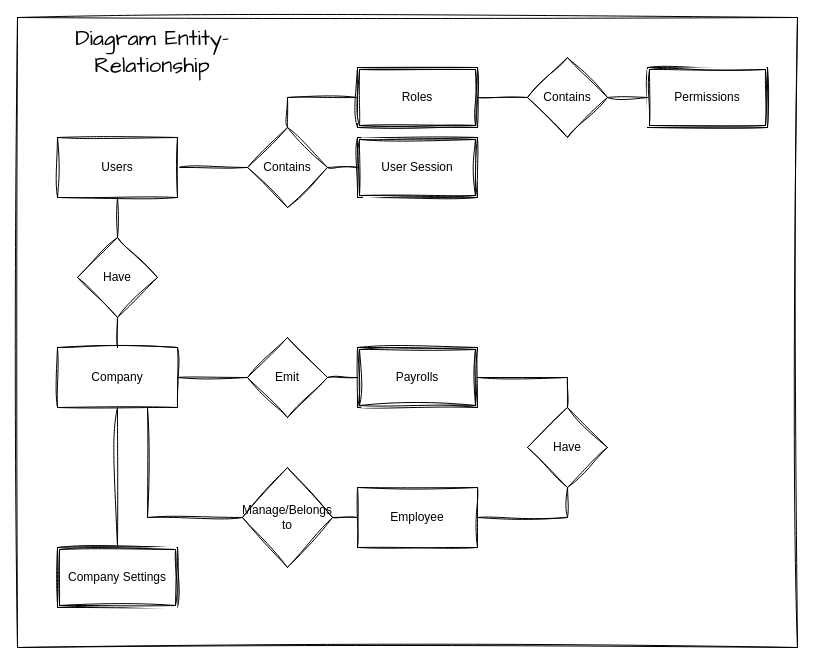
Above: apps/docs/DER-Gestor.drawio in giuliosa/gestor-app (draw.io), before the change. Source tidied: cells renumbered, new cells numbered last; positions are measured from the earlier drawing's top-left corner, leaving out a move shared by most shapes. Both pictures are drawn from the tidied source at 100%, with x=0, y=0 at pixel (17, 17).
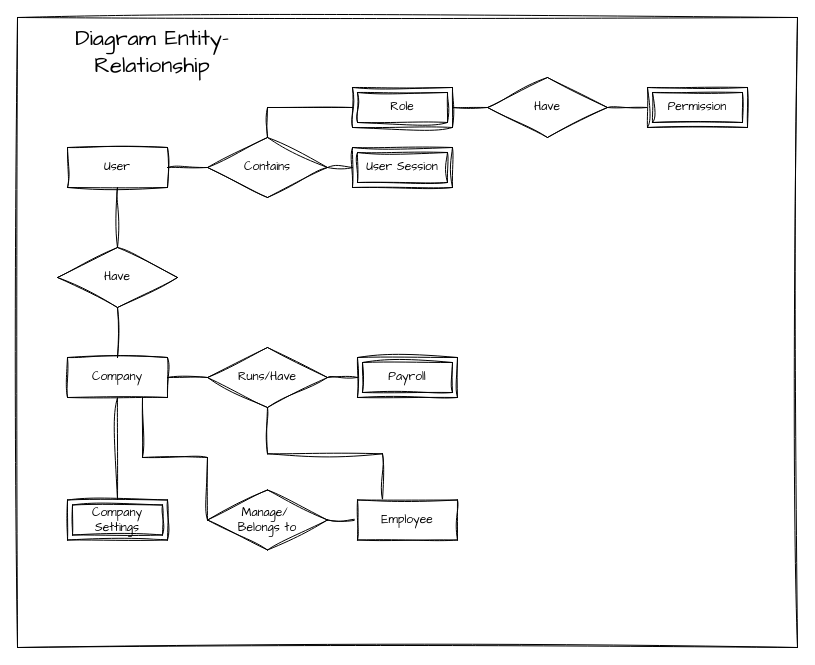
After the change.

Change to the diagram source:
```diff
@@
-    <mxCell id="3" style="edgeStyle=orthogonalEdgeStyle;rounded=0;jettySize=auto;html=1;exitX=0.5;exitY=0;exitDx=0;exitDy=0;entryX=0.5;entryY=1;entryDx=0;entryDy=0;sketch=1;curveFitting=1;jiggle=2;endArrow=none;startFill=0;" parent="1" edge="1" source="7" target="19">
-      <mxGeometry relative="1" as="geometry" />
-    </mxCell>
-    <mxCell id="4" style="edgeStyle=orthogonalEdgeStyle;rounded=0;jettySize=auto;html=1;exitX=1;exitY=0.5;exitDx=0;exitDy=0;entryX=0;entryY=0.5;entryDx=0;entryDy=0;sketch=1;curveFitting=1;jiggle=2;endArrow=none;startFill=0;" parent="1" edge="1" source="7" target="21">
-      <mxGeometry relative="1" as="geometry" />
-    </mxCell>
+    <mxCell id="31" value="&lt;font style=&quot;font-size: 22px;&quot;&gt;Diagram Entity-Relationship&lt;/font&gt;" style="text;html=1;align=center;verticalAlign=middle;whiteSpace=wrap;rounded=0;fontFamily=Architects Daughter;" parent="1" vertex="1">
+      <mxGeometry x="20" y="20" width="230" height="30" as="geometry" />
+    </mxCell>
+    <mxCell id="11" value="User Session" style="shape=ext;margin=3;double=1;whiteSpace=wrap;html=1;align=center;sketch=1;hachureGap=4;jiggle=2;curveFitting=1;fontFamily=Architects Daughter;" parent="1" vertex="1">
+      <mxGeometry x="335" y="130" width="100" height="40" as="geometry" />
+    </mxCell>
+    <mxCell id="32" style="edgeStyle=orthogonalEdgeStyle;rounded=0;sketch=1;hachureGap=4;jiggle=2;curveFitting=1;jettySize=auto;html=1;exitX=1;exitY=0.5;exitDx=0;exitDy=0;entryX=0;entryY=0.5;entryDx=0;entryDy=0;fontFamily=Architects Daughter;endArrow=none;startFill=0;" parent="1" edge="1" source="33" target="41">
+      <mxGeometry relative="1" as="geometry" />
+    </mxCell>
+    <mxCell id="33" value="&lt;div&gt;Role&lt;/div&gt;" style="shape=ext;margin=3;double=1;whiteSpace=wrap;html=1;align=center;sketch=1;hachureGap=4;jiggle=2;curveFitting=1;fontFamily=Architects Daughter;" parent="1" vertex="1">
+      <mxGeometry x="335" y="70" width="100" height="40" as="geometry" />
+    </mxCell>
+    <mxCell id="34" style="edgeStyle=orthogonalEdgeStyle;rounded=0;sketch=1;hachureGap=4;jiggle=2;curveFitting=1;jettySize=auto;html=1;exitX=1;exitY=0.5;exitDx=0;exitDy=0;entryX=0;entryY=0.5;entryDx=0;entryDy=0;fontFamily=Architects Daughter;endArrow=none;startFill=0;" parent="1" edge="1" source="36" target="11">
+      <mxGeometry relative="1" as="geometry" />
+    </mxCell>
+    <mxCell id="35" style="edgeStyle=orthogonalEdgeStyle;rounded=0;sketch=1;hachureGap=4;jiggle=2;curveFitting=1;jettySize=auto;html=1;exitX=0.5;exitY=0;exitDx=0;exitDy=0;entryX=0;entryY=0.5;entryDx=0;entryDy=0;fontFamily=Architects Daughter;endArrow=none;startFill=0;" parent="1" edge="1" source="36" target="33">
+      <mxGeometry relative="1" as="geometry" />
+    </mxCell>
+    <mxCell id="36" value="Contains" style="shape=rhombus;perimeter=rhombusPerimeter;whiteSpace=wrap;html=1;align=center;sketch=1;hachureGap=4;jiggle=2;curveFitting=1;fontFamily=Architects Daughter;" parent="1" vertex="1">
+      <mxGeometry x="190" y="120" width="120" height="60" as="geometry" />
+    </mxCell>
+    <mxCell id="37" style="edgeStyle=orthogonalEdgeStyle;rounded=0;sketch=1;hachureGap=4;jiggle=2;curveFitting=1;jettySize=auto;html=1;exitX=0.5;exitY=1;exitDx=0;exitDy=0;entryX=0.5;entryY=0;entryDx=0;entryDy=0;fontFamily=Architects Daughter;endArrow=none;startFill=0;" parent="1" edge="1" source="39" target="50">
+      <mxGeometry relative="1" as="geometry" />
+    </mxCell>
+    <mxCell id="38" style="edgeStyle=orthogonalEdgeStyle;rounded=0;sketch=1;hachureGap=4;jiggle=2;curveFitting=1;jettySize=auto;html=1;exitX=1;exitY=0.5;exitDx=0;exitDy=0;entryX=0;entryY=0.5;entryDx=0;entryDy=0;fontFamily=Architects Daughter;endArrow=none;startFill=0;" parent="1" edge="1" source="39" target="36">
+      <mxGeometry relative="1" as="geometry" />
+    </mxCell>
+    <mxCell id="39" value="&lt;div&gt;User&lt;/div&gt;" style="whiteSpace=wrap;html=1;align=center;sketch=1;hachureGap=4;jiggle=2;curveFitting=1;fontFamily=Architects Daughter;" parent="1" vertex="1">
+      <mxGeometry x="50" y="130" width="100" height="40" as="geometry" />
+    </mxCell>
+    <mxCell id="40" style="edgeStyle=orthogonalEdgeStyle;rounded=0;sketch=1;hachureGap=4;jiggle=2;curveFitting=1;jettySize=auto;html=1;exitX=1;exitY=0.5;exitDx=0;exitDy=0;entryX=0;entryY=0.5;entryDx=0;entryDy=0;fontFamily=Architects Daughter;endArrow=none;startFill=0;" parent="1" edge="1" source="41" target="42">
+      <mxGeometry relative="1" as="geometry" />
+    </mxCell>
+    <mxCell id="41" value="Have" style="shape=rhombus;perimeter=rhombusPerimeter;whiteSpace=wrap;html=1;align=center;sketch=1;hachureGap=4;jiggle=2;curveFitting=1;fontFamily=Architects Daughter;" parent="1" vertex="1">
+      <mxGeometry x="470" y="60" width="120" height="60" as="geometry" />
+    </mxCell>
+    <mxCell id="42" value="&lt;div&gt;Permission&lt;/div&gt;" style="shape=ext;margin=3;double=1;whiteSpace=wrap;html=1;align=center;sketch=1;hachureGap=4;jiggle=2;curveFitting=1;fontFamily=Architects Daughter;" parent="1" vertex="1">
+      <mxGeometry x="630" y="70" width="100" height="40" as="geometry" />
+    </mxCell>
+    <mxCell id="43" value="Payroll" style="shape=ext;margin=3;double=1;whiteSpace=wrap;html=1;align=center;sketch=1;hachureGap=4;jiggle=2;curveFitting=1;fontFamily=Architects Daughter;" parent="1" vertex="1">
+      <mxGeometry x="340" y="340" width="100" height="40" as="geometry" />
+    </mxCell>
+    <mxCell id="44" style="edgeStyle=orthogonalEdgeStyle;rounded=0;sketch=1;hachureGap=4;jiggle=2;curveFitting=1;jettySize=auto;html=1;exitX=1;exitY=0.5;exitDx=0;exitDy=0;entryX=0;entryY=0.5;entryDx=0;entryDy=0;fontFamily=Architects Daughter;endArrow=none;startFill=0;" parent="1" edge="1" source="46" target="43">
+      <mxGeometry relative="1" as="geometry" />
+    </mxCell>
+    <mxCell id="45" style="edgeStyle=orthogonalEdgeStyle;rounded=0;sketch=1;hachureGap=4;jiggle=2;curveFitting=1;jettySize=auto;html=1;exitX=0.5;exitY=1;exitDx=0;exitDy=0;entryX=0.25;entryY=0;entryDx=0;entryDy=0;fontFamily=Architects Daughter;endArrow=none;startFill=0;" parent="1" edge="1" source="46" target="8">
+      <mxGeometry relative="1" as="geometry" />
+    </mxCell>
+    <mxCell id="46" value="Runs/Have" style="shape=rhombus;perimeter=rhombusPerimeter;whiteSpace=wrap;html=1;align=center;sketch=1;hachureGap=4;jiggle=2;curveFitting=1;fontFamily=Architects Daughter;" parent="1" vertex="1">
+      <mxGeometry x="190" y="330" width="120" height="60" as="geometry" />
+    </mxCell>
+    <mxCell id="47" style="edgeStyle=orthogonalEdgeStyle;rounded=0;sketch=1;hachureGap=4;jiggle=2;curveFitting=1;jettySize=auto;html=1;exitX=1;exitY=0.5;exitDx=0;exitDy=0;entryX=0;entryY=0.5;entryDx=0;entryDy=0;fontFamily=Architects Daughter;endArrow=none;startFill=0;" parent="1" edge="1" source="7" target="46">
+      <mxGeometry relative="1" as="geometry" />
+    </mxCell>
-    <mxCell id="5" style="edgeStyle=orthogonalEdgeStyle;rounded=0;jettySize=auto;html=1;exitX=0.5;exitY=1;exitDx=0;exitDy=0;entryX=0.5;entryY=0;entryDx=0;entryDy=0;sketch=1;curveFitting=1;jiggle=2;endArrow=none;startFill=0;" parent="1" edge="1" source="7" target="14">
+    <mxCell id="5" style="edgeStyle=orthogonalEdgeStyle;rounded=0;sketch=1;hachureGap=4;jiggle=2;curveFitting=1;jettySize=auto;html=1;exitX=0.5;exitY=1;exitDx=0;exitDy=0;entryX=0.5;entryY=0;entryDx=0;entryDy=0;fontFamily=Architects Daughter;endArrow=none;startFill=0;" parent="1" edge="1" source="7" target="14">
       <mxGeometry relative="1" as="geometry" />
     </mxCell>
-    <mxCell id="6" style="edgeStyle=orthogonalEdgeStyle;rounded=0;jettySize=auto;html=1;exitX=0.75;exitY=1;exitDx=0;exitDy=0;entryX=0;entryY=0.5;entryDx=0;entryDy=0;sketch=1;curveFitting=1;jiggle=2;endArrow=none;startFill=0;" parent="1" edge="1" source="7" target="23">
-      <mxGeometry relative="1" as="geometry" />
-    </mxCell>
-    <mxCell id="7" value="Company" style="rounded=0;whiteSpace=wrap;html=1;sketch=1;curveFitting=1;jiggle=2;" parent="1" vertex="1">
-      <mxGeometry x="40" y="330" width="120" height="60" as="geometry" />
+    <mxCell id="7" value="Company" style="whiteSpace=wrap;html=1;align=center;sketch=1;hachureGap=4;jiggle=2;curveFitting=1;fontFamily=Architects Daughter;" parent="1" vertex="1">
+      <mxGeometry x="50" y="340" width="100" height="40" as="geometry" />
     </mxCell>
+    <mxCell id="14" value="Company Settings" style="shape=ext;margin=3;double=1;whiteSpace=wrap;html=1;align=center;sketch=1;hachureGap=4;jiggle=2;curveFitting=1;fontFamily=Architects Daughter;" parent="1" vertex="1">
+      <mxGeometry x="50" y="482.5" width="100" height="40" as="geometry" />
+    </mxCell>
+    <mxCell id="48" style="edgeStyle=orthogonalEdgeStyle;rounded=0;sketch=1;hachureGap=4;jiggle=2;curveFitting=1;jettySize=auto;html=1;exitX=0;exitY=0.5;exitDx=0;exitDy=0;entryX=1;entryY=0.5;entryDx=0;entryDy=0;fontFamily=Architects Daughter;endArrow=none;startFill=0;" parent="1" edge="1" source="8" target="52">
+      <mxGeometry relative="1" as="geometry" />
+    </mxCell>
-    <mxCell id="8" value="&lt;div&gt;Employee&lt;/div&gt;" style="rounded=0;whiteSpace=wrap;html=1;sketch=1;curveFitting=1;jiggle=2;" parent="1" vertex="1">
-      <mxGeometry x="340" y="470" width="120" height="60" as="geometry" />
+    <mxCell id="8" value="&lt;div&gt;Employee&lt;/div&gt;" style="whiteSpace=wrap;html=1;align=center;sketch=1;hachureGap=4;jiggle=2;curveFitting=1;fontFamily=Architects Daughter;" parent="1" vertex="1">
+      <mxGeometry x="340" y="482.5" width="100" height="40" as="geometry" />
     </mxCell>
-    <mxCell id="9" style="rounded=0;jettySize=auto;html=1;exitX=1;exitY=0.5;exitDx=0;exitDy=0;entryX=0;entryY=0.5;entryDx=0;entryDy=0;sketch=1;curveFitting=1;jiggle=2;endArrow=none;startFill=0;" parent="1" edge="1" source="10" target="17">
-      <mxGeometry relative="1" as="geometry" />
-    </mxCell>
-    <mxCell id="10" value="&lt;div&gt;Users&lt;/div&gt;" style="rounded=0;whiteSpace=wrap;html=1;sketch=1;curveFitting=1;jiggle=2;" parent="1" vertex="1">
-      <mxGeometry x="40" y="120" width="120" height="60" as="geometry" />
-    </mxCell>
-    <mxCell id="11" value="User Session" style="shape=ext;double=1;rounded=0;whiteSpace=wrap;html=1;sketch=1;curveFitting=1;jiggle=2;" parent="1" vertex="1">
-      <mxGeometry x="340" y="120" width="120" height="60" as="geometry" />
-    </mxCell>
-    <mxCell id="12" style="edgeStyle=orthogonalEdgeStyle;rounded=0;sketch=1;hachureGap=4;jiggle=2;curveFitting=1;jettySize=auto;html=1;exitX=1;exitY=0.5;exitDx=0;exitDy=0;entryX=0.5;entryY=0;entryDx=0;entryDy=0;fontFamily=Architects Daughter;endArrow=none;startFill=0;" parent="1" edge="1" source="13" target="25">
-      <mxGeometry relative="1" as="geometry" />
-    </mxCell>
-    <mxCell id="13" value="Payrolls" style="shape=ext;double=1;rounded=0;whiteSpace=wrap;html=1;sketch=1;curveFitting=1;jiggle=2;" parent="1" vertex="1">
-      <mxGeometry x="340" y="330" width="120" height="60" as="geometry" />
-    </mxCell>
-    <mxCell id="14" value="Company Settings" style="shape=ext;double=1;rounded=0;whiteSpace=wrap;html=1;sketch=1;curveFitting=1;jiggle=2;" parent="1" vertex="1">
-      <mxGeometry x="40" y="530" width="120" height="60" as="geometry" />
-    </mxCell>
-    <mxCell id="15" style="edgeStyle=orthogonalEdgeStyle;rounded=0;jettySize=auto;html=1;exitX=1;exitY=0.5;exitDx=0;exitDy=0;entryX=0;entryY=0.5;entryDx=0;entryDy=0;sketch=1;curveFitting=1;jiggle=2;endArrow=none;startFill=0;" parent="1" edge="1" source="17" target="11">
-      <mxGeometry relative="1" as="geometry" />
-    </mxCell>
-    <mxCell id="16" style="edgeStyle=orthogonalEdgeStyle;rounded=0;jettySize=auto;html=1;exitX=0.5;exitY=0;exitDx=0;exitDy=0;entryX=0;entryY=0.5;entryDx=0;entryDy=0;sketch=1;curveFitting=1;jiggle=2;endArrow=none;startFill=0;" parent="1" edge="1" source="17" target="27">
-      <mxGeometry relative="1" as="geometry" />
-    </mxCell>
-    <mxCell id="17" value="Contains" style="rhombus;whiteSpace=wrap;html=1;sketch=1;curveFitting=1;jiggle=2;" parent="1" vertex="1">
-      <mxGeometry x="230" y="110" width="80" height="80" as="geometry" />
-    </mxCell>
-    <mxCell id="18" style="edgeStyle=orthogonalEdgeStyle;rounded=0;jettySize=auto;html=1;exitX=0.5;exitY=0;exitDx=0;exitDy=0;entryX=0.5;entryY=1;entryDx=0;entryDy=0;sketch=1;curveFitting=1;jiggle=2;endArrow=none;startFill=0;" parent="1" edge="1" source="19" target="10">
-      <mxGeometry relative="1" as="geometry" />
-    </mxCell>
-    <mxCell id="19" value="Have" style="rhombus;whiteSpace=wrap;html=1;sketch=1;curveFitting=1;jiggle=2;" parent="1" vertex="1">
-      <mxGeometry x="60" y="220" width="80" height="80" as="geometry" />
-    </mxCell>
-    <mxCell id="20" style="edgeStyle=orthogonalEdgeStyle;rounded=0;jettySize=auto;html=1;exitX=1;exitY=0.5;exitDx=0;exitDy=0;entryX=0;entryY=0.5;entryDx=0;entryDy=0;sketch=1;curveFitting=1;jiggle=2;endArrow=none;startFill=0;" parent="1" edge="1" source="21" target="13">
-      <mxGeometry relative="1" as="geometry" />
-    </mxCell>
-    <mxCell id="21" value="Emit" style="rhombus;whiteSpace=wrap;html=1;sketch=1;curveFitting=1;jiggle=2;" parent="1" vertex="1">
-      <mxGeometry x="230" y="320" width="80" height="80" as="geometry" />
-    </mxCell>
-    <mxCell id="22" style="edgeStyle=orthogonalEdgeStyle;rounded=0;jettySize=auto;html=1;exitX=1;exitY=0.5;exitDx=0;exitDy=0;entryX=0;entryY=0.5;entryDx=0;entryDy=0;sketch=1;curveFitting=1;jiggle=2;endArrow=none;startFill=0;" parent="1" edge="1" source="23" target="8">
-      <mxGeometry relative="1" as="geometry" />
-    </mxCell>
-    <mxCell id="23" value="Manage/Belongs to" style="rhombus;whiteSpace=wrap;html=1;sketch=1;curveFitting=1;jiggle=2;" parent="1" vertex="1">
-      <mxGeometry x="225" y="450" width="90" height="100" as="geometry" />
-    </mxCell>
-    <mxCell id="24" style="edgeStyle=orthogonalEdgeStyle;rounded=0;jettySize=auto;html=1;entryX=0.5;entryY=1;entryDx=0;entryDy=0;sketch=1;curveFitting=1;jiggle=2;endArrow=none;startFill=0;" parent="1" edge="1" source="8" target="25">
-      <mxGeometry relative="1" as="geometry" />
-    </mxCell>
-    <mxCell id="25" value="Have" style="rhombus;whiteSpace=wrap;html=1;sketch=1;curveFitting=1;jiggle=2;" parent="1" vertex="1">
-      <mxGeometry x="510" y="390" width="80" height="80" as="geometry" />
-    </mxCell>
-    <mxCell id="26" style="edgeStyle=orthogonalEdgeStyle;rounded=0;sketch=1;hachureGap=4;jiggle=2;curveFitting=1;jettySize=auto;html=1;exitX=1;exitY=0.5;exitDx=0;exitDy=0;entryX=0;entryY=0.5;entryDx=0;entryDy=0;fontFamily=Architects Daughter;endArrow=none;startFill=0;" parent="1" edge="1" source="27" target="30">
-      <mxGeometry relative="1" as="geometry" />
-    </mxCell>
-    <mxCell id="27" value="&lt;div&gt;Roles&lt;/div&gt;" style="shape=ext;double=1;rounded=0;whiteSpace=wrap;html=1;sketch=1;curveFitting=1;jiggle=2;" parent="1" vertex="1">
-      <mxGeometry x="340" y="50" width="120" height="60" as="geometry" />
-    </mxCell>
-    <mxCell id="28" value="&lt;div&gt;Permissions&lt;/div&gt;" style="shape=ext;double=1;rounded=0;whiteSpace=wrap;html=1;sketch=1;curveFitting=1;jiggle=2;" parent="1" vertex="1">
-      <mxGeometry x="630" y="50" width="120" height="60" as="geometry" />
-    </mxCell>
-    <mxCell id="29" style="edgeStyle=orthogonalEdgeStyle;rounded=0;sketch=1;hachureGap=4;jiggle=2;curveFitting=1;jettySize=auto;html=1;exitX=1;exitY=0.5;exitDx=0;exitDy=0;entryX=0;entryY=0.5;entryDx=0;entryDy=0;fontFamily=Architects Daughter;endArrow=none;startFill=0;" parent="1" edge="1" source="30" target="28">
-      <mxGeometry relative="1" as="geometry" />
-    </mxCell>
-    <mxCell id="30" value="Contains" style="rhombus;whiteSpace=wrap;html=1;sketch=1;curveFitting=1;jiggle=2;" parent="1" vertex="1">
-      <mxGeometry x="510" y="40" width="80" height="80" as="geometry" />
-    </mxCell>
-    <mxCell id="31" value="&lt;font style=&quot;font-size: 22px;&quot;&gt;Diagram Entity-Relationship&lt;/font&gt;" style="text;html=1;align=center;verticalAlign=middle;whiteSpace=wrap;rounded=0;fontFamily=Architects Daughter;" parent="1" vertex="1">
-      <mxGeometry x="20" y="20" width="230" height="30" as="geometry" />
-    </mxCell>
+    <mxCell id="49" style="edgeStyle=orthogonalEdgeStyle;rounded=0;sketch=1;hachureGap=4;jiggle=2;curveFitting=1;jettySize=auto;html=1;exitX=0.5;exitY=1;exitDx=0;exitDy=0;entryX=0.5;entryY=0;entryDx=0;entryDy=0;fontFamily=Architects Daughter;endArrow=none;startFill=0;" parent="1" edge="1" source="50" target="7">
+      <mxGeometry relative="1" as="geometry" />
+    </mxCell>
+    <mxCell id="50" value="Have" style="shape=rhombus;perimeter=rhombusPerimeter;whiteSpace=wrap;html=1;align=center;sketch=1;hachureGap=4;jiggle=2;curveFitting=1;fontFamily=Architects Daughter;" parent="1" vertex="1">
+      <mxGeometry x="40" y="230" width="120" height="60" as="geometry" />
+    </mxCell>
+    <mxCell id="51" style="edgeStyle=orthogonalEdgeStyle;rounded=0;sketch=1;hachureGap=4;jiggle=2;curveFitting=1;jettySize=auto;html=1;exitX=0;exitY=0.5;exitDx=0;exitDy=0;entryX=0.75;entryY=1;entryDx=0;entryDy=0;fontFamily=Architects Daughter;endArrow=none;startFill=0;" parent="1" edge="1" source="52" target="7">
+      <mxGeometry relative="1" as="geometry">
+        <Array as="points">
+          <mxPoint x="190" y="440" />
+          <mxPoint x="125" y="440" />
+        </Array>
+      </mxGeometry>
+    </mxCell>
+    <mxCell id="52" value="&lt;div&gt;Manage/&amp;nbsp;&lt;/div&gt;&lt;div&gt;Belongs to&lt;/div&gt;" style="shape=rhombus;perimeter=rhombusPerimeter;whiteSpace=wrap;html=1;align=center;sketch=1;hachureGap=4;jiggle=2;curveFitting=1;fontFamily=Architects Daughter;" parent="1" vertex="1">
+      <mxGeometry x="190" y="472.5" width="120" height="60" as="geometry" />
+    </mxCell>
```
